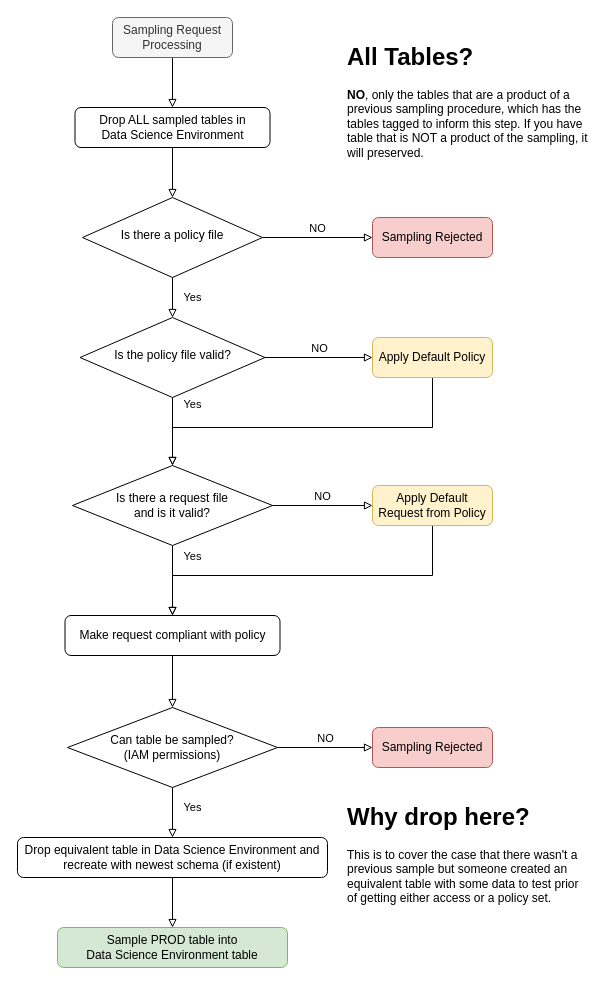
Before: code/doc/HighLevelRequestFlow.drawio in fgka/py-bq-sampler, a draw.io diagram. Source tidied: cells renumbered, new cells numbered last; positions are measured from the earlier drawing's top-left corner, leaving out a move shared by most shapes. Both pictures are drawn from the tidied source at 100%, with x=0, y=0 at pixel (17, 17).
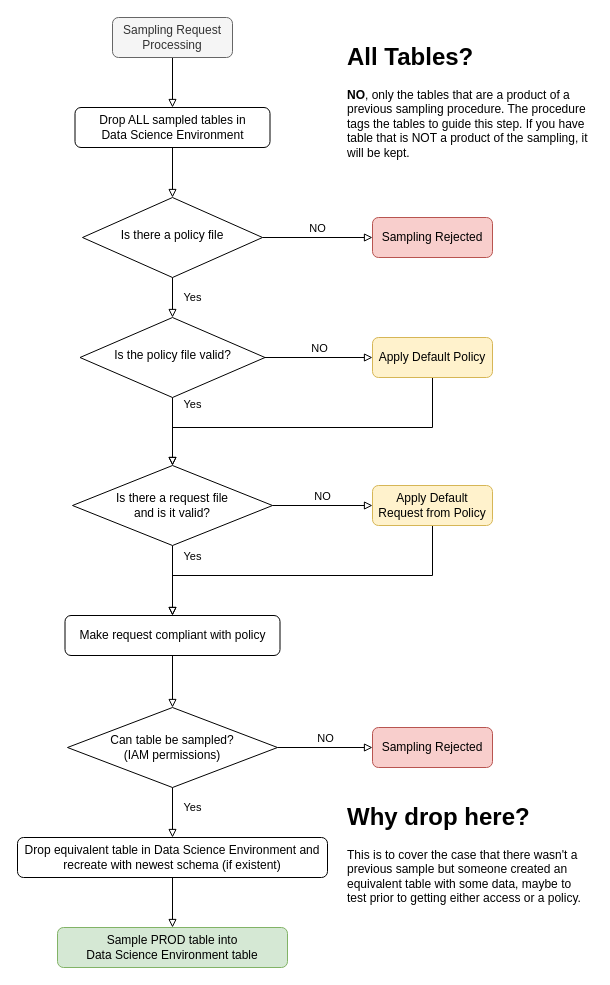
The same diagram, later.

The edit, as a diff of the source:
```diff
@@
-    <mxCell id="29" value="&lt;h1&gt;Why drop here?&lt;/h1&gt;&lt;p&gt;This is to cover the case that there wasn't a previous sample but someone created an equivalent table with some data to test prior of getting either access or a policy set.&lt;/p&gt;" style="text;html=1;strokeColor=none;fillColor=none;spacing=5;spacingTop=-20;whiteSpace=wrap;overflow=hidden;rounded=0;labelBackgroundColor=none;" parent="1" vertex="1">
+    <mxCell id="29" value="&lt;h1&gt;Why drop here?&lt;/h1&gt;&lt;p&gt;This is to cover the case that there wasn't a previous sample but someone created an equivalent table with some data, maybe to test prior to getting either access or a policy.&lt;/p&gt;" style="text;html=1;strokeColor=none;fillColor=none;spacing=5;spacingTop=-20;whiteSpace=wrap;overflow=hidden;rounded=0;labelBackgroundColor=none;" parent="1" vertex="1">
       <mxGeometry x="325" y="780" width="250" height="140" as="geometry" />
     </mxCell>
-    <mxCell id="30" value="&lt;h1&gt;All Tables?&lt;/h1&gt;&lt;p&gt;&lt;b&gt;NO&lt;/b&gt;, only the tables that are a product of a previous sampling procedure, which has the tables tagged to inform this step. If you have table that is NOT a product of the sampling, it will preserved.&lt;/p&gt;" style="text;html=1;strokeColor=none;fillColor=none;spacing=5;spacingTop=-20;whiteSpace=wrap;overflow=hidden;rounded=0;labelBackgroundColor=none;" parent="1" vertex="1">
+    <mxCell id="30" value="&lt;h1&gt;All Tables?&lt;/h1&gt;&lt;p&gt;&lt;b&gt;NO&lt;/b&gt;, only the tables that are a product of a previous sampling procedure. The procedure tags the tables to guide this step. If you have table that is NOT a product of the sampling, it will be kept.&lt;/p&gt;" style="text;html=1;strokeColor=none;fillColor=none;spacing=5;spacingTop=-20;whiteSpace=wrap;overflow=hidden;rounded=0;labelBackgroundColor=none;" parent="1" vertex="1">
       <mxGeometry x="325" y="20" width="250" height="150" as="geometry" />
     </mxCell>
```
